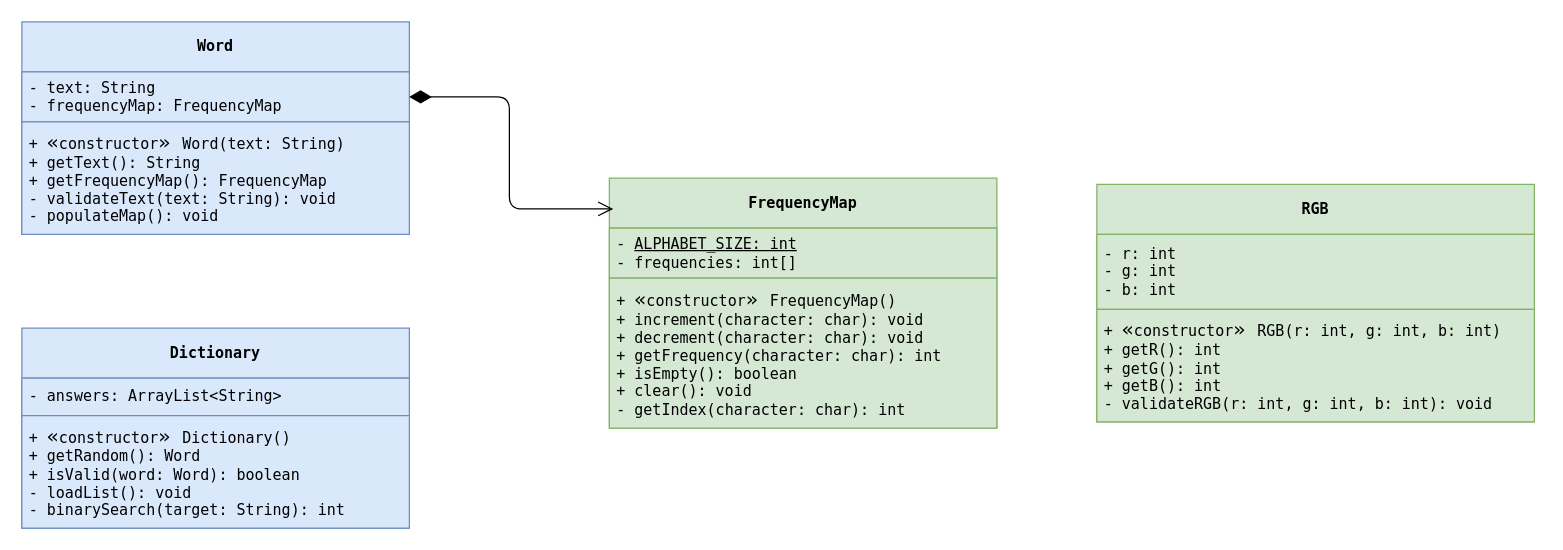
This is assets/wordle-class-diagram.drawio from actuallyhollow/basic-wordle-java, a draw.io file, before an edit. Source tidied: cells renumbered, new cells numbered last; positions are measured from the earlier drawing's top-left corner, leaving out a move shared by most shapes. Both pictures are drawn from the tidied source at 125%, with x=0, y=0 at pixel (21, 21).
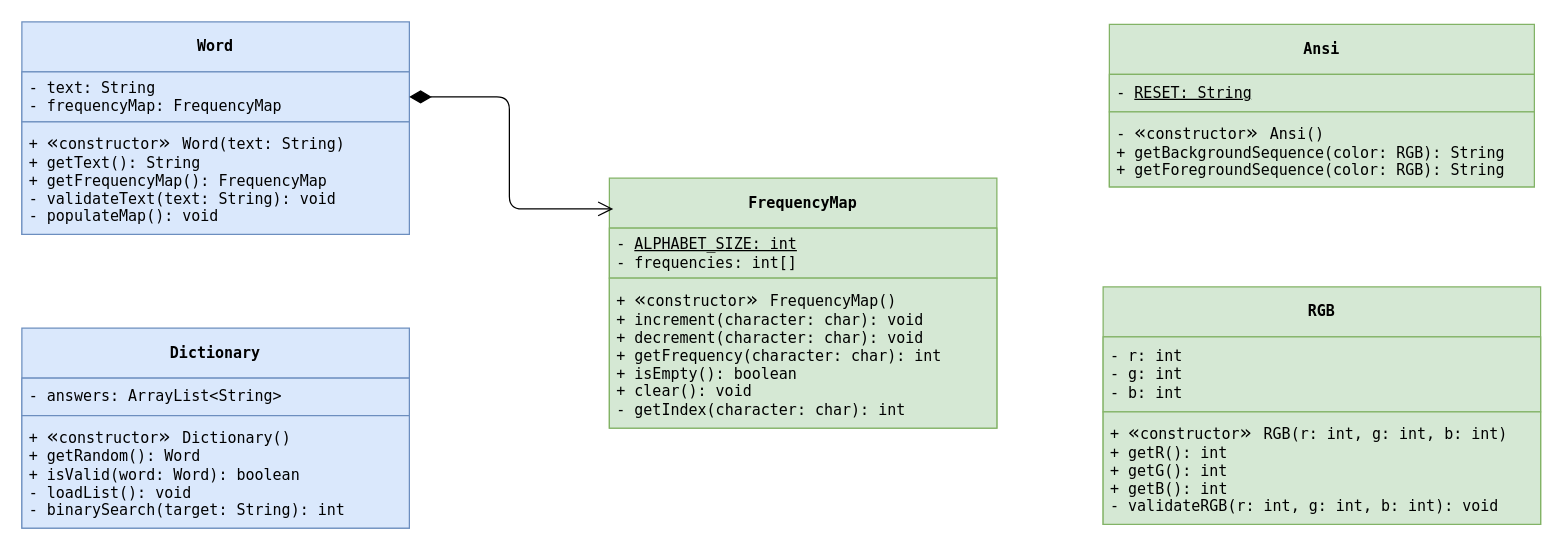
After the change.

Commit message (it also covers changes not shown here):
docs: update README and UML for Ansi

* Update README file tree to include Ansi and its test suite.
* Expand UML class diagram to detail Ansi architecture.
* Export new SVG image to ensure visual assets reflect latest changes.

What changed in the source:
```diff
@@
 <mxGraphModel>
   <root>
     <mxCell id="0" />
     <mxCell id="1" parent="0" />
     <mxCell id="2" value="&lt;div&gt;&lt;span style=&quot;background-color: transparent;&quot;&gt;&lt;font style=&quot;&quot; face=&quot;Menlo, Monaco, 'Courier New', monospace&quot;&gt;FrequencyMap&lt;/font&gt;&lt;/span&gt;&lt;/div&gt;" style="swimlane;fontStyle=1;align=center;verticalAlign=middle;horizontal=1;startSize=40;whiteSpace=wrap;html=1;fillColor=#d5e8d4;strokeColor=#82b366;fontColor=light-dark(#000000,#FFFFFF);" parent="1" vertex="1">
       <mxGeometry x="470" y="125" width="310" height="200" as="geometry" />
     </mxCell>
     <mxCell id="3" value="&lt;div&gt;&lt;font face=&quot;Menlo, Monaco, 'Courier New', monospace&quot;&gt;- &lt;u&gt;ALPHABET_SIZE: int&lt;/u&gt;&lt;/font&gt;&lt;/div&gt;&lt;div&gt;&lt;font face=&quot;Menlo, Monaco, 'Courier New', monospace&quot;&gt;- frequencies: int[]&lt;/font&gt;&lt;/div&gt;" style="text;align=left;verticalAlign=middle;spacingLeft=4;spacingRight=4;overflow=hidden;whiteSpace=wrap;html=1;fillColor=#d5e8d4;strokeColor=#82b366;" parent="2" vertex="1">
       <mxGeometry y="40" width="310" height="40" as="geometry" />
     </mxCell>
     <mxCell id="4" value="&lt;div&gt;+&amp;nbsp;&lt;span style=&quot;background-color: transparent; scrollbar-color: rgb(75, 75, 75) rgb(27, 29, 30); font-size: medium; caret-color: rgb(0, 0, 0);&quot;&gt;«&lt;/span&gt;&lt;span style=&quot;background-color: transparent; scrollbar-color: rgb(75, 75, 75) rgb(27, 29, 30); text-align: center;&quot;&gt;constructor&lt;/span&gt;&lt;span style=&quot;background-color: transparent; scrollbar-color: rgb(75, 75, 75) rgb(27, 29, 30); font-size: medium; caret-color: rgb(0, 0, 0);&quot;&gt;&lt;font face=&quot;Menlo, Monaco, 'Courier New', monospace&quot;&gt;»&amp;nbsp;&lt;/font&gt;&lt;/span&gt;&lt;span style=&quot;background-color: transparent;&quot;&gt;FrequencyMap()&lt;/span&gt;&lt;/div&gt;&lt;div&gt;&lt;span style=&quot;background-color: transparent;&quot;&gt;+ increment(character: char): void&lt;/span&gt;&lt;/div&gt;&lt;div&gt;&lt;div style=&quot;scrollbar-color: rgb(75, 75, 75) rgb(27, 29, 30);&quot;&gt;&lt;span style=&quot;scrollbar-color: rgb(75, 75, 75) rgb(27, 29, 30); background-color: transparent;&quot;&gt;+ decrement(character: char): void&lt;/span&gt;&lt;/div&gt;&lt;div style=&quot;scrollbar-color: rgb(75, 75, 75) rgb(27, 29, 30);&quot;&gt;&lt;span style=&quot;scrollbar-color: rgb(75, 75, 75) rgb(27, 29, 30);&quot;&gt;&lt;/span&gt;&lt;/div&gt;&lt;/div&gt;&lt;div style=&quot;scrollbar-color: rgb(75, 75, 75) rgb(27, 29, 30);&quot;&gt;&lt;span style=&quot;scrollbar-color: rgb(75, 75, 75) rgb(27, 29, 30);&quot;&gt;&lt;div style=&quot;scrollbar-color: rgb(75, 75, 75) rgb(27, 29, 30);&quot;&gt;&lt;span style=&quot;background-color: transparent;&quot;&gt;+ getFrequency(&lt;/span&gt;&lt;span style=&quot;background-color: transparent;&quot;&gt;character: char&lt;/span&gt;&lt;span style=&quot;background-color: transparent;&quot;&gt;): int&lt;/span&gt;&lt;/div&gt;&lt;div style=&quot;scrollbar-color: rgb(75, 75, 75) rgb(27, 29, 30);&quot;&gt;&lt;span style=&quot;scrollbar-color: rgb(75, 75, 75) rgb(27, 29, 30);&quot;&gt;&lt;div style=&quot;scrollbar-color: rgb(75, 75, 75) rgb(27, 29, 30);&quot;&gt;&lt;/div&gt;&lt;/span&gt;&lt;/div&gt;&lt;div style=&quot;scrollbar-color: rgb(75, 75, 75) rgb(27, 29, 30);&quot;&gt;&lt;/div&gt;&lt;/span&gt;&lt;/div&gt;&lt;div&gt;&lt;span style=&quot;scrollbar-color: rgb(75, 75, 75) rgb(27, 29, 30);&quot;&gt;+ isEmpty(): boolean&lt;/span&gt;&lt;/div&gt;&lt;div&gt;&lt;span style=&quot;scrollbar-color: rgb(75, 75, 75) rgb(27, 29, 30);&quot;&gt;+ clear(): void&lt;/span&gt;&lt;/div&gt;&lt;div&gt;&lt;span style=&quot;scrollbar-color: rgb(75, 75, 75) rgb(27, 29, 30);&quot;&gt;- getIndex(&lt;/span&gt;&lt;span style=&quot;background-color: transparent;&quot;&gt;character: char): int&lt;/span&gt;&lt;/div&gt;" style="text;align=left;verticalAlign=middle;spacingLeft=4;spacingRight=4;overflow=hidden;whiteSpace=wrap;html=1;fontFamily=Menlo, Monaco, 'Courier New', monospace;fillColor=#d5e8d4;strokeColor=#82b366;" parent="2" vertex="1">
       <mxGeometry y="80" width="310" height="120" as="geometry" />
     </mxCell>
     <mxCell id="5" value="&lt;div&gt;&lt;span style=&quot;background-color: transparent;&quot;&gt;&lt;font style=&quot;&quot; face=&quot;Menlo, Monaco, 'Courier New', monospace&quot;&gt;Word&lt;/font&gt;&lt;/span&gt;&lt;/div&gt;" style="swimlane;fontStyle=1;align=center;verticalAlign=middle;horizontal=1;startSize=40;whiteSpace=wrap;html=1;fillColor=#dae8fc;strokeColor=#6c8ebf;" parent="1" vertex="1">
       <mxGeometry width="310" height="170" as="geometry" />
     </mxCell>
     <mxCell id="6" value="&lt;div&gt;&lt;font face=&quot;Menlo, Monaco, 'Courier New', monospace&quot;&gt;- text: String&lt;/font&gt;&lt;/div&gt;&lt;div&gt;&lt;font face=&quot;Menlo, Monaco, 'Courier New', monospace&quot;&gt;- frequencyMap: FrequencyMap&lt;/font&gt;&lt;/div&gt;" style="text;align=left;verticalAlign=middle;spacingLeft=4;spacingRight=4;overflow=hidden;points=[[0,0.5],[1,0.5]];portConstraint=eastwest;whiteSpace=wrap;html=1;fillColor=#dae8fc;strokeColor=#6c8ebf;" parent="5" vertex="1">
       <mxGeometry y="40" width="310" height="40" as="geometry" />
     </mxCell>
     <mxCell id="7" value="&lt;div&gt;+&amp;nbsp;&lt;span style=&quot;background-color: transparent; scrollbar-color: rgb(75, 75, 75) rgb(27, 29, 30); font-size: medium; caret-color: rgb(0, 0, 0);&quot;&gt;«&lt;/span&gt;&lt;span style=&quot;background-color: transparent; scrollbar-color: rgb(75, 75, 75) rgb(27, 29, 30); text-align: center;&quot;&gt;constructor&lt;/span&gt;&lt;span style=&quot;background-color: transparent; scrollbar-color: rgb(75, 75, 75) rgb(27, 29, 30); font-size: medium; caret-color: rgb(0, 0, 0);&quot;&gt;&lt;font face=&quot;Menlo, Monaco, 'Courier New', monospace&quot;&gt;»&amp;nbsp;&lt;/font&gt;&lt;/span&gt;&lt;span style=&quot;background-color: transparent;&quot;&gt;Word(text: String)&lt;/span&gt;&lt;/div&gt;&lt;div&gt;&lt;span style=&quot;background-color: transparent;&quot;&gt;+ getText(): String&lt;/span&gt;&lt;/div&gt;&lt;div&gt;&lt;span style=&quot;background-color: transparent;&quot;&gt;+ getFrequencyMap(): FrequencyMap&lt;/span&gt;&lt;/div&gt;&lt;div&gt;&lt;span style=&quot;background-color: transparent;&quot;&gt;- validateText(text: String): void&lt;/span&gt;&lt;/div&gt;&lt;div&gt;&lt;span style=&quot;background-color: transparent;&quot;&gt;- populateMap(): void&lt;/span&gt;&lt;/div&gt;" style="text;align=left;verticalAlign=middle;spacingLeft=4;spacingRight=4;overflow=hidden;whiteSpace=wrap;html=1;fontFamily=Menlo, Monaco, 'Courier New', monospace;fillColor=#dae8fc;strokeColor=#6c8ebf;" parent="5" vertex="1">
       <mxGeometry y="80" width="310" height="90" as="geometry" />
     </mxCell>
     <mxCell id="8" style="endArrow=open;html=1;endSize=10;startArrow=diamondThin;startSize=15;startFill=1;edgeStyle=orthogonalEdgeStyle;align=left;verticalAlign=bottom;exitX=1;exitY=0.5;exitDx=0;exitDy=0;entryX=0.01;entryY=0.123;entryDx=0;entryDy=0;entryPerimeter=0;" parent="1" edge="1" source="6" target="2">
       <mxGeometry x="-1" y="3" relative="1" as="geometry">
         <Array as="points">
           <mxPoint x="390" y="60" />
           <mxPoint x="390" y="150" />
         </Array>
       </mxGeometry>
     </mxCell>
     <mxCell id="9" value="&lt;div&gt;&lt;span style=&quot;background-color: transparent;&quot;&gt;&lt;font style=&quot;&quot; face=&quot;Menlo, Monaco, 'Courier New', monospace&quot;&gt;Dictionary&lt;/font&gt;&lt;/span&gt;&lt;/div&gt;" style="swimlane;fontStyle=1;align=center;verticalAlign=middle;horizontal=1;startSize=40;whiteSpace=wrap;html=1;fillColor=#dae8fc;strokeColor=#6c8ebf;" parent="1" vertex="1">
       <mxGeometry y="245" width="310" height="160" as="geometry" />
     </mxCell>
     <mxCell id="10" value="&lt;div&gt;&lt;font face=&quot;Menlo, Monaco, 'Courier New', monospace&quot;&gt;- answers: ArrayList&amp;lt;String&amp;gt;&lt;/font&gt;&lt;/div&gt;" style="text;align=left;verticalAlign=middle;spacingLeft=4;spacingRight=4;overflow=hidden;whiteSpace=wrap;html=1;fillColor=#dae8fc;strokeColor=#6c8ebf;" parent="9" vertex="1">
       <mxGeometry y="40" width="310" height="30" as="geometry" />
     </mxCell>
     <mxCell id="11" value="&lt;div&gt;+&amp;nbsp;&lt;span style=&quot;background-color: transparent; scrollbar-color: rgb(75, 75, 75) rgb(27, 29, 30); font-size: medium; caret-color: rgb(0, 0, 0);&quot;&gt;«&lt;/span&gt;&lt;span style=&quot;background-color: transparent; scrollbar-color: rgb(75, 75, 75) rgb(27, 29, 30); text-align: center;&quot;&gt;constructor&lt;/span&gt;&lt;span style=&quot;background-color: transparent; scrollbar-color: rgb(75, 75, 75) rgb(27, 29, 30); font-size: medium; caret-color: rgb(0, 0, 0);&quot;&gt;&lt;font face=&quot;Menlo, Monaco, 'Courier New', monospace&quot;&gt;»&amp;nbsp;&lt;/font&gt;&lt;/span&gt;&lt;span style=&quot;background-color: transparent;&quot;&gt;Dictionary()&lt;/span&gt;&lt;/div&gt;&lt;div&gt;&lt;span style=&quot;background-color: transparent;&quot;&gt;+ getRandom(): Word&lt;/span&gt;&lt;/div&gt;&lt;div&gt;&lt;span style=&quot;background-color: transparent;&quot;&gt;+ isValid(word: Word): boolean&lt;/span&gt;&lt;/div&gt;&lt;div&gt;&lt;span style=&quot;background-color: transparent;&quot;&gt;- loadList(): void&lt;/span&gt;&lt;/div&gt;&lt;div&gt;&lt;span style=&quot;background-color: transparent;&quot;&gt;- binarySearch(target: String): int&lt;/span&gt;&lt;/div&gt;" style="text;align=left;verticalAlign=middle;spacingLeft=4;spacingRight=4;overflow=hidden;whiteSpace=wrap;html=1;fontFamily=Menlo, Monaco, 'Courier New', monospace;fillColor=#dae8fc;strokeColor=#6c8ebf;" parent="9" vertex="1">
       <mxGeometry y="70" width="310" height="90" as="geometry" />
     </mxCell>
     <mxCell id="12" value="&lt;div&gt;&lt;span style=&quot;background-color: transparent;&quot;&gt;&lt;font face=&quot;Menlo, Monaco, 'Courier New', monospace&quot; style=&quot;&quot;&gt;RGB&lt;/font&gt;&lt;/span&gt;&lt;/div&gt;" style="swimlane;fontStyle=1;align=center;verticalAlign=middle;horizontal=1;startSize=40;whiteSpace=wrap;html=1;fillColor=#d5e8d4;strokeColor=#82b366;fontColor=light-dark(#000000,#FFFFFF);" parent="1" vertex="1">
-      <mxGeometry x="860" y="130" width="350" height="190" as="geometry" />
+      <mxGeometry x="865" y="212" width="350" height="190" as="geometry" />
     </mxCell>
     <mxCell id="13" value="&lt;div&gt;&lt;font face=&quot;Menlo, Monaco, 'Courier New', monospace&quot;&gt;- r: int&lt;/font&gt;&lt;/div&gt;&lt;div&gt;&lt;font face=&quot;Menlo, Monaco, 'Courier New', monospace&quot;&gt;- g: int&lt;/font&gt;&lt;/div&gt;&lt;div&gt;&lt;font face=&quot;Menlo, Monaco, 'Courier New', monospace&quot;&gt;- b: int&lt;/font&gt;&lt;/div&gt;" style="text;align=left;verticalAlign=middle;spacingLeft=4;spacingRight=4;overflow=hidden;whiteSpace=wrap;html=1;fillColor=#d5e8d4;strokeColor=#82b366;" parent="12" vertex="1">
       <mxGeometry y="40" width="350" height="60" as="geometry" />
     </mxCell>
     <mxCell id="14" value="&lt;div&gt;+&amp;nbsp;&lt;span style=&quot;background-color: transparent; scrollbar-color: rgb(75, 75, 75) rgb(27, 29, 30); font-size: medium; caret-color: rgb(0, 0, 0);&quot;&gt;«&lt;/span&gt;&lt;span style=&quot;background-color: transparent; scrollbar-color: rgb(75, 75, 75) rgb(27, 29, 30); text-align: center;&quot;&gt;constructor&lt;/span&gt;&lt;span style=&quot;background-color: transparent; scrollbar-color: rgb(75, 75, 75) rgb(27, 29, 30); font-size: medium; caret-color: rgb(0, 0, 0);&quot;&gt;&lt;font face=&quot;Menlo, Monaco, 'Courier New', monospace&quot;&gt;»&amp;nbsp;&lt;/font&gt;&lt;/span&gt;&lt;span style=&quot;background-color: transparent;&quot;&gt;RGB(r: int, g: int, b: int)&lt;/span&gt;&lt;/div&gt;&lt;div&gt;&lt;span style=&quot;background-color: transparent;&quot;&gt;+ getR(): int&lt;/span&gt;&lt;/div&gt;&lt;div&gt;&lt;div style=&quot;scrollbar-color: rgb(75, 75, 75) rgb(27, 29, 30);&quot;&gt;&lt;span style=&quot;scrollbar-color: rgb(75, 75, 75) rgb(27, 29, 30); background-color: transparent;&quot;&gt;+ getG(): int&lt;/span&gt;&lt;/div&gt;&lt;div style=&quot;scrollbar-color: rgb(75, 75, 75) rgb(27, 29, 30);&quot;&gt;&lt;span style=&quot;scrollbar-color: rgb(75, 75, 75) rgb(27, 29, 30);&quot;&gt;&lt;/span&gt;&lt;/div&gt;&lt;/div&gt;&lt;div style=&quot;scrollbar-color: rgb(75, 75, 75) rgb(27, 29, 30);&quot;&gt;&lt;span style=&quot;scrollbar-color: rgb(75, 75, 75) rgb(27, 29, 30);&quot;&gt;&lt;div style=&quot;scrollbar-color: rgb(75, 75, 75) rgb(27, 29, 30);&quot;&gt;&lt;span style=&quot;background-color: transparent;&quot;&gt;+ getB(&lt;/span&gt;&lt;span style=&quot;background-color: transparent;&quot;&gt;): int&lt;/span&gt;&lt;/div&gt;&lt;div style=&quot;scrollbar-color: rgb(75, 75, 75) rgb(27, 29, 30);&quot;&gt;&lt;span style=&quot;scrollbar-color: rgb(75, 75, 75) rgb(27, 29, 30);&quot;&gt;&lt;div style=&quot;scrollbar-color: rgb(75, 75, 75) rgb(27, 29, 30);&quot;&gt;&lt;/div&gt;&lt;/span&gt;&lt;/div&gt;&lt;div style=&quot;scrollbar-color: rgb(75, 75, 75) rgb(27, 29, 30);&quot;&gt;&lt;/div&gt;&lt;/span&gt;&lt;/div&gt;&lt;div&gt;&lt;span style=&quot;background-color: transparent; scrollbar-color: rgb(75, 75, 75) rgb(27, 29, 30);&quot;&gt;- validateRGB(&lt;/span&gt;&lt;span style=&quot;&quot;&gt;r: int, g: int, b: int&lt;/span&gt;&lt;span style=&quot;background-color: transparent;&quot;&gt;): void&lt;/span&gt;&lt;/div&gt;" style="text;align=left;verticalAlign=middle;spacingLeft=4;spacingRight=4;overflow=hidden;whiteSpace=wrap;html=1;fontFamily=Menlo, Monaco, 'Courier New', monospace;fillColor=#d5e8d4;strokeColor=#82b366;fontColor=default;" parent="12" vertex="1">
       <mxGeometry y="100" width="350" height="90" as="geometry" />
     </mxCell>
+    <mxCell id="15" value="&lt;div&gt;&lt;span style=&quot;background-color: transparent;&quot;&gt;&lt;font style=&quot;&quot; face=&quot;Menlo, Monaco, 'Courier New', monospace&quot;&gt;Ansi&lt;/font&gt;&lt;/span&gt;&lt;/div&gt;" style="swimlane;fontStyle=1;align=center;verticalAlign=middle;horizontal=1;startSize=40;whiteSpace=wrap;html=1;fillColor=#d5e8d4;strokeColor=#82b366;fontColor=light-dark(#000000,#FFFFFF);" parent="1" vertex="1">
+      <mxGeometry x="870" y="2" width="340" height="130" as="geometry" />
+    </mxCell>
+    <mxCell id="16" value="&lt;div&gt;&lt;font face=&quot;Menlo, Monaco, 'Courier New', monospace&quot;&gt;- &lt;u&gt;RESET: String&lt;/u&gt;&lt;/font&gt;&lt;/div&gt;" style="text;align=left;verticalAlign=middle;spacingLeft=4;spacingRight=4;overflow=hidden;whiteSpace=wrap;html=1;fillColor=#d5e8d4;strokeColor=#82b366;" parent="15" vertex="1">
+      <mxGeometry y="40" width="340" height="30" as="geometry" />
+    </mxCell>
+    <mxCell id="17" value="&lt;div&gt;-&amp;nbsp;&lt;span style=&quot;background-color: transparent; scrollbar-color: rgb(75, 75, 75) rgb(27, 29, 30); font-size: medium; caret-color: rgb(0, 0, 0);&quot;&gt;«&lt;/span&gt;&lt;span style=&quot;background-color: transparent; scrollbar-color: rgb(75, 75, 75) rgb(27, 29, 30); text-align: center;&quot;&gt;constructor&lt;/span&gt;&lt;span style=&quot;background-color: transparent; scrollbar-color: rgb(75, 75, 75) rgb(27, 29, 30); font-size: medium; caret-color: rgb(0, 0, 0);&quot;&gt;&lt;font face=&quot;Menlo, Monaco, 'Courier New', monospace&quot;&gt;»&amp;nbsp;&lt;/font&gt;&lt;/span&gt;&lt;span style=&quot;background-color: transparent;&quot;&gt;Ansi()&lt;/span&gt;&lt;/div&gt;&lt;div&gt;&lt;span style=&quot;background-color: transparent;&quot;&gt;+ getBackgroundSequence(color: RGB): String&lt;/span&gt;&lt;/div&gt;&lt;div&gt;&lt;div style=&quot;scrollbar-color: rgb(75, 75, 75) rgb(27, 29, 30);&quot;&gt;&lt;div style=&quot;scrollbar-color: rgb(75, 75, 75) rgb(27, 29, 30);&quot;&gt;&lt;span style=&quot;scrollbar-color: rgb(75, 75, 75) rgb(27, 29, 30); background-color: transparent;&quot;&gt;+ getForegroundSequence(color: RGB): String&lt;/span&gt;&lt;/div&gt;&lt;div style=&quot;scrollbar-color: rgb(75, 75, 75) rgb(27, 29, 30);&quot;&gt;&lt;/div&gt;&lt;/div&gt;&lt;/div&gt;" style="text;align=left;verticalAlign=middle;spacingLeft=4;spacingRight=4;overflow=hidden;whiteSpace=wrap;html=1;fontFamily=Menlo, Monaco, 'Courier New', monospace;fillColor=#d5e8d4;strokeColor=#82b366;fontColor=light-dark(#000000,#FFFFFF);" parent="15" vertex="1">
+      <mxGeometry y="70" width="340" height="60" as="geometry" />
+    </mxCell>
   </root>
 </mxGraphModel>
```
